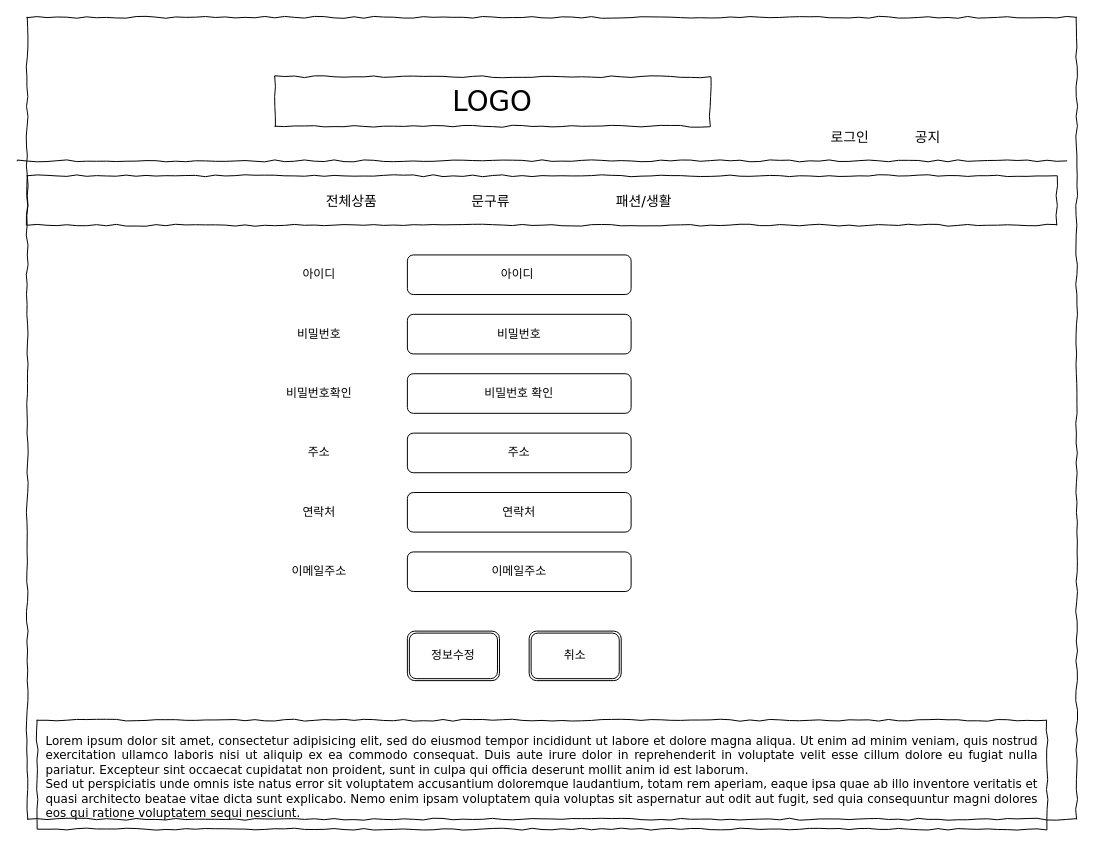
caramelsyrup/UI_ACADEMY keeps this draw.io diagram as userInfo.drawio. Above is the earlier version. Source tidied: cells renumbered, new cells numbered last; positions are measured from the earlier drawing's top-left corner, leaving out a move shared by most shapes. Both pictures are drawn from the tidied source at 99%, with x=0, y=0 at pixel (17, 17).
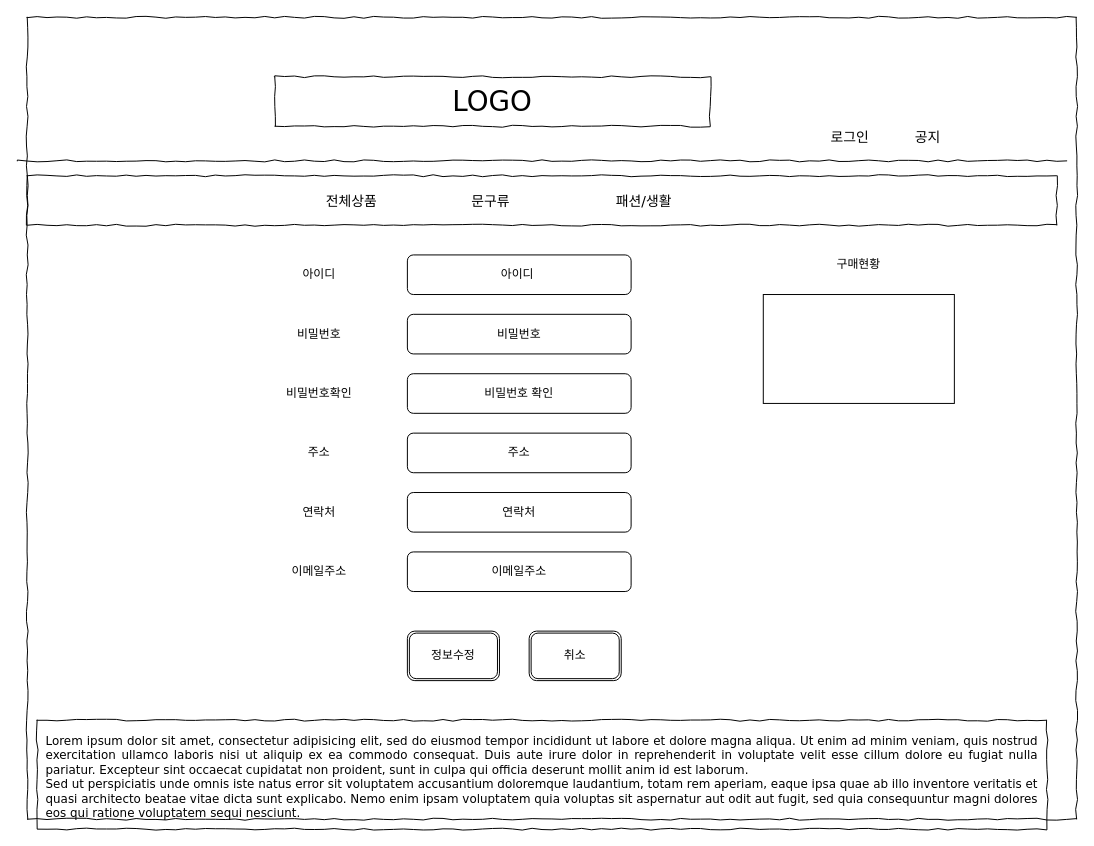
The same diagram, later.

What changed in the source:
```diff
@@
+    <mxCell id="26" style="rounded=0;whiteSpace=wrap;html=1;" parent="1" vertex="1">
+      <mxGeometry x="753.5" y="280" width="193" height="110" as="geometry" />
+    </mxCell>
+    <mxCell id="27" value="구매현황" style="text;html=1;strokeColor=none;fillColor=none;align=center;verticalAlign=middle;whiteSpace=wrap;rounded=0;" parent="1" vertex="1">
+      <mxGeometry x="800" y="240" width="100" height="20" as="geometry" />
+    </mxCell>
```
